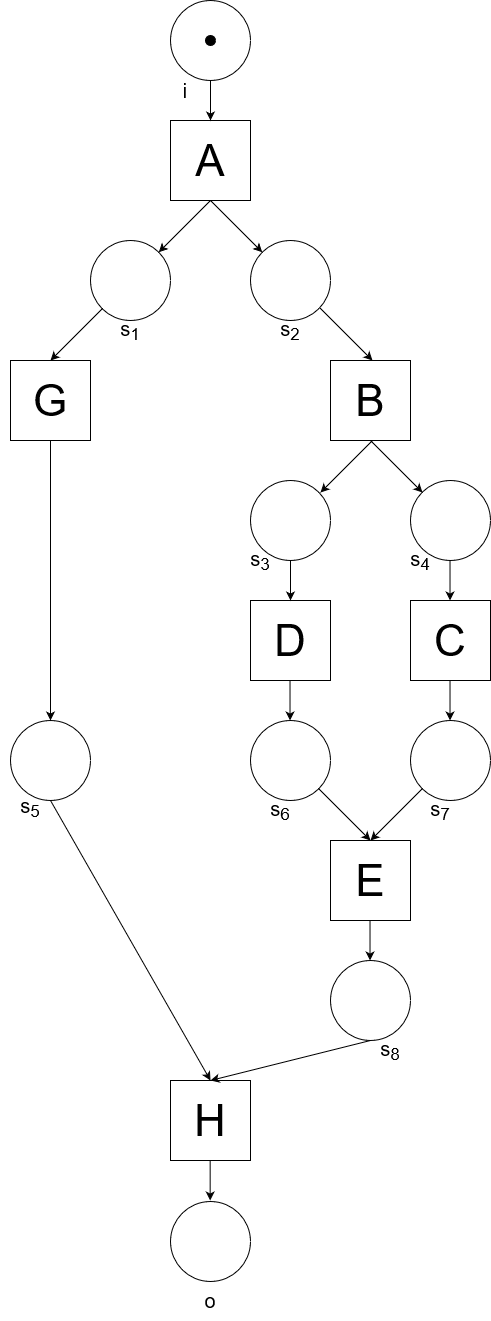
Earlier version of the draw.io export AlgoSchritte/algo_schritt_1.drawio.png (Marakil/BA_Bilder). Source tidied: cells renumbered, new cells last; positions are measured from the earlier drawing's top-left corner, leaving out a move shared by most shapes.
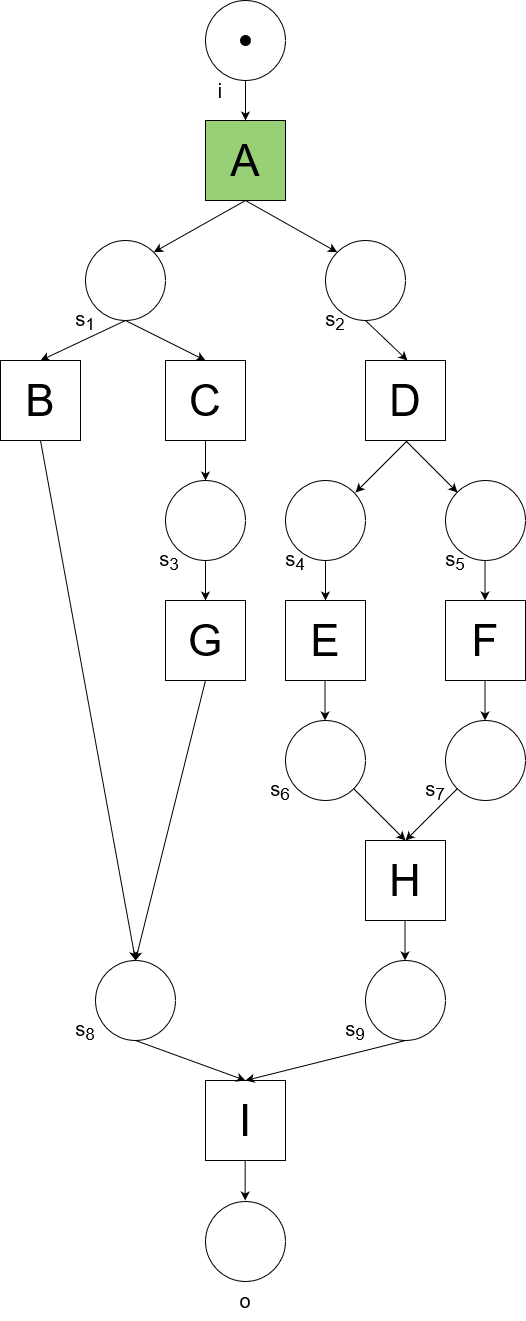
The same diagram one commit later.

Diff of the diagram source:
```diff
@@ -5,34 +5,28 @@
     <mxCell id="2" style="ellipse;whiteSpace=wrap;html=1;" parent="1" vertex="1">
       <mxGeometry x="170" width="80" height="80" as="geometry" />
     </mxCell>
-    <mxCell id="3" value="A" style="rounded=0;whiteSpace=wrap;html=1;fontSize=44;" parent="1" vertex="1">
+    <mxCell id="3" value="A" style="rounded=0;whiteSpace=wrap;html=1;fontSize=44;fillColor=#97D077;" parent="1" vertex="1">
       <mxGeometry x="170" y="120" width="80" height="80" as="geometry" />
     </mxCell>
     <mxCell id="4" style="ellipse;whiteSpace=wrap;html=1;" parent="1" vertex="1">
-      <mxGeometry x="90" y="240" width="80" height="80" as="geometry" />
+      <mxGeometry x="50" y="240" width="80" height="80" as="geometry" />
     </mxCell>
     <mxCell id="5" style="ellipse;whiteSpace=wrap;html=1;" parent="1" vertex="1">
-      <mxGeometry x="250" y="240" width="80" height="80" as="geometry" />
+      <mxGeometry x="290" y="240" width="80" height="80" as="geometry" />
     </mxCell>
-    <mxCell id="6" value="B" style="rounded=0;whiteSpace=wrap;html=1;fontSize=44;" parent="1" vertex="1">
+    <mxCell id="6" value="D" style="rounded=0;whiteSpace=wrap;html=1;fontSize=44;" parent="1" vertex="1">
       <mxGeometry x="330" y="360" width="80" height="80" as="geometry" />
     </mxCell>
-    <mxCell id="7" value="G" style="rounded=0;whiteSpace=wrap;html=1;fontSize=44;" parent="1" vertex="1">
-      <mxGeometry x="10" y="360" width="80" height="80" as="geometry" />
-    </mxCell>
-    <mxCell id="8" value="C" style="rounded=0;whiteSpace=wrap;html=1;fontSize=44;" parent="1" vertex="1">
+    <mxCell id="8" value="F" style="rounded=0;whiteSpace=wrap;html=1;fontSize=44;" parent="1" vertex="1">
       <mxGeometry x="410" y="600" width="80" height="80" as="geometry" />
     </mxCell>
-    <mxCell id="9" style="ellipse;whiteSpace=wrap;html=1;" parent="1" vertex="1">
-      <mxGeometry x="10" y="720" width="80" height="80" as="geometry" />
-    </mxCell>
     <mxCell id="10" style="ellipse;whiteSpace=wrap;html=1;" parent="1" vertex="1">
       <mxGeometry x="250" y="480" width="80" height="80" as="geometry" />
     </mxCell>
     <mxCell id="11" style="ellipse;whiteSpace=wrap;html=1;" parent="1" vertex="1">
       <mxGeometry x="410" y="480" width="80" height="80" as="geometry" />
     </mxCell>
-    <mxCell id="12" value="D" style="rounded=0;whiteSpace=wrap;html=1;fontSize=44;" parent="1" vertex="1">
+    <mxCell id="12" value="E" style="rounded=0;whiteSpace=wrap;html=1;fontSize=44;" parent="1" vertex="1">
       <mxGeometry x="250" y="600" width="80" height="80" as="geometry" />
     </mxCell>
     <mxCell id="13" style="ellipse;whiteSpace=wrap;html=1;" parent="1" vertex="1">
@@ -41,13 +35,13 @@
     <mxCell id="14" style="ellipse;whiteSpace=wrap;html=1;" parent="1" vertex="1">
       <mxGeometry x="250" y="720" width="80" height="80" as="geometry" />
     </mxCell>
-    <mxCell id="15" value="E" style="rounded=0;whiteSpace=wrap;html=1;fontSize=44;" parent="1" vertex="1">
+    <mxCell id="15" value="H" style="rounded=0;whiteSpace=wrap;html=1;fontSize=44;" parent="1" vertex="1">
       <mxGeometry x="330" y="840" width="80" height="80" as="geometry" />
     </mxCell>
     <mxCell id="16" style="ellipse;whiteSpace=wrap;html=1;" parent="1" vertex="1">
       <mxGeometry x="330" y="960" width="80" height="80" as="geometry" />
     </mxCell>
-    <mxCell id="17" value="H" style="rounded=0;whiteSpace=wrap;html=1;fontSize=44;" parent="1" vertex="1">
+    <mxCell id="17" value="I" style="rounded=0;whiteSpace=wrap;html=1;fontSize=44;" parent="1" vertex="1">
       <mxGeometry x="170" y="1080" width="80" height="80" as="geometry" />
     </mxCell>
     <mxCell id="18" style="ellipse;whiteSpace=wrap;html=1;" parent="1" vertex="1">
@@ -62,15 +56,11 @@
     <mxCell id="21" style="endArrow=classic;html=1;rounded=0;curved=1;exitX=0.5;exitY=1;exitDx=0;exitDy=0;entryX=1;entryY=0;entryDx=0;entryDy=0;" parent="1" edge="1" source="3" target="4">
       <mxGeometry relative="1" as="geometry" />
     </mxCell>
-    <mxCell id="22" style="endArrow=classic;html=1;rounded=0;curved=1;exitX=0.5;exitY=1;exitDx=0;exitDy=0;entryX=1;entryY=0;entryDx=0;entryDy=0;" parent="1" edge="1">
-      <mxGeometry relative="1" as="geometry">
-        <mxPoint x="102" y="308" as="sourcePoint" />
-        <mxPoint x="50" y="360" as="targetPoint" />
-      </mxGeometry>
+    <mxCell id="22" style="endArrow=classic;html=1;rounded=0;curved=1;exitX=0.5;exitY=1;exitDx=0;exitDy=0;entryX=0.5;entryY=0;entryDx=0;entryDy=0;" parent="1" edge="1" source="4" target="48">
+      <mxGeometry relative="1" as="geometry" />
     </mxCell>
-    <mxCell id="23" style="endArrow=classic;html=1;rounded=0;curved=1;exitX=0.5;exitY=1;exitDx=0;exitDy=0;entryX=0;entryY=0;entryDx=0;entryDy=0;" parent="1" edge="1">
+    <mxCell id="23" style="endArrow=classic;html=1;rounded=0;curved=1;exitX=0.5;exitY=1;exitDx=0;exitDy=0;entryX=0;entryY=0;entryDx=0;entryDy=0;" parent="1" edge="1" source="5">
       <mxGeometry relative="1" as="geometry">
-        <mxPoint x="320" y="308" as="sourcePoint" />
         <mxPoint x="372" y="360" as="targetPoint" />
       </mxGeometry>
     </mxCell>
@@ -113,12 +103,6 @@
         <mxPoint x="449.5" y="720" as="targetPoint" />
       </mxGeometry>
     </mxCell>
-    <mxCell id="32" style="endArrow=classic;html=1;rounded=0;curved=1;entryX=0.5;entryY=0;entryDx=0;entryDy=0;exitX=0.5;exitY=1;exitDx=0;exitDy=0;" parent="1" edge="1" source="7" target="9">
-      <mxGeometry relative="1" as="geometry" />
-    </mxCell>
-    <mxCell id="33" style="endArrow=classic;html=1;rounded=0;curved=1;entryX=0.5;entryY=0;entryDx=0;entryDy=0;exitX=0.5;exitY=1;exitDx=0;exitDy=0;" parent="1" edge="1" source="9" target="17">
-      <mxGeometry relative="1" as="geometry" />
-    </mxCell>
     <mxCell id="34" style="endArrow=classic;html=1;rounded=0;curved=1;exitX=0.5;exitY=1;exitDx=0;exitDy=0;entryX=0.5;entryY=0;entryDx=0;entryDy=0;" parent="1" edge="1" source="16" target="17">
       <mxGeometry relative="1" as="geometry" />
     </mxCell>
@@ -138,10 +122,10 @@
       <mxGeometry x="205" y="35" width="10" height="10" as="geometry" />
     </mxCell>
     <mxCell id="38" value="s&lt;sub&gt;1&lt;/sub&gt;" style="text;html=1;strokeColor=none;fillColor=none;align=center;verticalAlign=middle;whiteSpace=wrap;rounded=0;fontSize=20;" parent="1" vertex="1">
-      <mxGeometry x="100" y="310" width="60" height="40" as="geometry" />
+      <mxGeometry x="20" y="300" width="60" height="40" as="geometry" />
     </mxCell>
     <mxCell id="39" value="s&lt;sub&gt;2&lt;/sub&gt;" style="text;html=1;strokeColor=none;fillColor=none;align=center;verticalAlign=middle;whiteSpace=wrap;rounded=0;fontSize=20;" parent="1" vertex="1">
-      <mxGeometry x="260" y="310" width="60" height="40" as="geometry" />
+      <mxGeometry x="270" y="300" width="60" height="40" as="geometry" />
     </mxCell>
     <mxCell id="40" value="i" style="text;html=1;strokeColor=none;fillColor=none;align=center;verticalAlign=middle;whiteSpace=wrap;rounded=0;fontSize=20;" parent="1" vertex="1">
       <mxGeometry x="155" y="70" width="60" height="40" as="geometry" />
@@ -150,22 +134,58 @@
       <mxGeometry x="180" y="1280" width="60" height="40" as="geometry" />
     </mxCell>
     <mxCell id="42" value="s&lt;sub&gt;3&lt;/sub&gt;" style="text;html=1;strokeColor=none;fillColor=none;align=center;verticalAlign=middle;whiteSpace=wrap;rounded=0;fontSize=20;" parent="1" vertex="1">
-      <mxGeometry x="230" y="540" width="60" height="40" as="geometry" />
+      <mxGeometry x="104" y="540" width="60" height="40" as="geometry" />
     </mxCell>
     <mxCell id="43" value="s&lt;sub&gt;4&lt;/sub&gt;" style="text;html=1;strokeColor=none;fillColor=none;align=center;verticalAlign=middle;whiteSpace=wrap;rounded=0;fontSize=20;" parent="1" vertex="1">
-      <mxGeometry x="390" y="540" width="60" height="40" as="geometry" />
+      <mxGeometry x="230" y="540" width="60" height="40" as="geometry" />
     </mxCell>
-    <mxCell id="44" value="s&lt;sub&gt;5&lt;/sub&gt;" style="text;html=1;strokeColor=none;fillColor=none;align=center;verticalAlign=middle;whiteSpace=wrap;rounded=0;fontSize=20;" parent="1" vertex="1">
-      <mxGeometry y="787" width="60" height="40" as="geometry" />
-    </mxCell>
     <mxCell id="45" value="s&lt;sub&gt;6&lt;/sub&gt;" style="text;html=1;strokeColor=none;fillColor=none;align=center;verticalAlign=middle;whiteSpace=wrap;rounded=0;fontSize=20;" parent="1" vertex="1">
-      <mxGeometry x="250" y="790" width="60" height="40" as="geometry" />
+      <mxGeometry x="215" y="770" width="60" height="40" as="geometry" />
     </mxCell>
     <mxCell id="46" value="s&lt;sub&gt;7&lt;/sub&gt;" style="text;html=1;strokeColor=none;fillColor=none;align=center;verticalAlign=middle;whiteSpace=wrap;rounded=0;fontSize=20;" parent="1" vertex="1">
-      <mxGeometry x="410" y="790" width="60" height="40" as="geometry" />
+      <mxGeometry x="370" y="770" width="60" height="40" as="geometry" />
     </mxCell>
     <mxCell id="47" value="s&lt;sub&gt;8&lt;/sub&gt;" style="text;html=1;strokeColor=none;fillColor=none;align=center;verticalAlign=middle;whiteSpace=wrap;rounded=0;fontSize=20;" parent="1" vertex="1">
-      <mxGeometry x="360" y="1030" width="60" height="40" as="geometry" />
+      <mxGeometry x="20" y="1010" width="60" height="40" as="geometry" />
     </mxCell>
+    <mxCell id="48" value="B" style="rounded=0;whiteSpace=wrap;html=1;fontSize=44;" parent="1" vertex="1">
+      <mxGeometry x="-35" y="360" width="80" height="80" as="geometry" />
+    </mxCell>
+    <mxCell id="49" value="C" style="rounded=0;whiteSpace=wrap;html=1;fontSize=44;" parent="1" vertex="1">
+      <mxGeometry x="130" y="360" width="80" height="80" as="geometry" />
+    </mxCell>
+    <mxCell id="50" style="ellipse;whiteSpace=wrap;html=1;" parent="1" vertex="1">
+      <mxGeometry x="130" y="480" width="80" height="80" as="geometry" />
+    </mxCell>
+    <mxCell id="7" value="G" style="rounded=0;whiteSpace=wrap;html=1;fontSize=44;" parent="1" vertex="1">
+      <mxGeometry x="130" y="600" width="80" height="80" as="geometry" />
+    </mxCell>
+    <mxCell id="51" style="endArrow=classic;html=1;rounded=0;curved=1;exitX=0.5;exitY=1;exitDx=0;exitDy=0;entryX=0.5;entryY=0;entryDx=0;entryDy=0;" parent="1" edge="1" source="4" target="49">
+      <mxGeometry relative="1" as="geometry" />
+    </mxCell>
+    <mxCell id="52" style="endArrow=classic;html=1;rounded=0;curved=1;exitX=0.5;exitY=1;exitDx=0;exitDy=0;entryX=0.5;entryY=0;entryDx=0;entryDy=0;" parent="1" edge="1" source="49" target="50">
+      <mxGeometry relative="1" as="geometry" />
+    </mxCell>
+    <mxCell id="53" style="endArrow=classic;html=1;rounded=0;curved=1;exitX=0.5;exitY=1;exitDx=0;exitDy=0;entryX=0.5;entryY=0;entryDx=0;entryDy=0;" parent="1" edge="1" source="50" target="7">
+      <mxGeometry relative="1" as="geometry" />
+    </mxCell>
+    <mxCell id="54" style="ellipse;whiteSpace=wrap;html=1;" parent="1" vertex="1">
+      <mxGeometry x="60" y="960" width="80" height="80" as="geometry" />
+    </mxCell>
+    <mxCell id="55" style="endArrow=classic;html=1;rounded=0;curved=1;exitX=0.5;exitY=1;exitDx=0;exitDy=0;entryX=0.5;entryY=0;entryDx=0;entryDy=0;" parent="1" edge="1" source="7" target="54">
+      <mxGeometry relative="1" as="geometry" />
+    </mxCell>
+    <mxCell id="56" style="endArrow=classic;html=1;rounded=0;curved=1;exitX=0.5;exitY=1;exitDx=0;exitDy=0;entryX=0.5;entryY=0;entryDx=0;entryDy=0;" parent="1" edge="1" source="48" target="54">
+      <mxGeometry relative="1" as="geometry" />
+    </mxCell>
+    <mxCell id="57" style="endArrow=classic;html=1;rounded=0;curved=1;exitX=0.5;exitY=1;exitDx=0;exitDy=0;entryX=0.5;entryY=0;entryDx=0;entryDy=0;" parent="1" edge="1" source="54" target="17">
+      <mxGeometry relative="1" as="geometry" />
+    </mxCell>
+    <mxCell id="44" value="s&lt;sub&gt;5&lt;/sub&gt;" style="text;html=1;strokeColor=none;fillColor=none;align=center;verticalAlign=middle;whiteSpace=wrap;rounded=0;fontSize=20;" parent="1" vertex="1">
+      <mxGeometry x="390" y="540" width="60" height="40" as="geometry" />
+    </mxCell>
+    <mxCell id="58" value="s&lt;sub&gt;9&lt;/sub&gt;" style="text;html=1;strokeColor=none;fillColor=none;align=center;verticalAlign=middle;whiteSpace=wrap;rounded=0;fontSize=20;" parent="1" vertex="1">
+      <mxGeometry x="290" y="1010" width="60" height="40" as="geometry" />
+    </mxCell>
   </root>
 </mxGraphModel>
```
